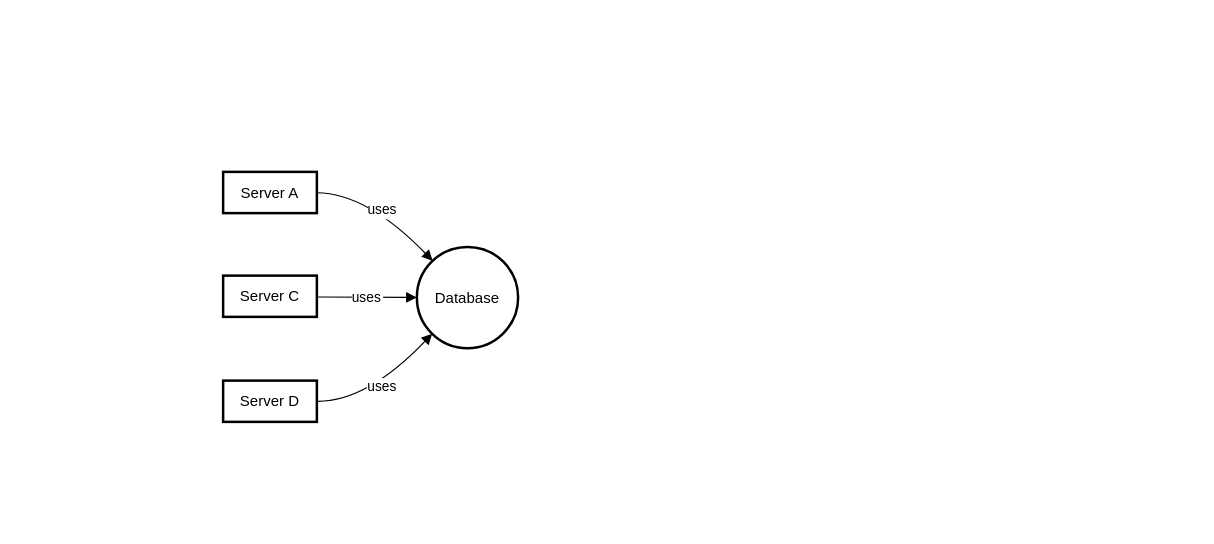
This is Untitled Diagram.drawio from ByMadiba/Sandbox, a draw.io file, before an edit. Source tidied: cells renumbered, new cells numbered last; positions are measured from the earlier drawing's top-left corner, leaving out a move shared by most shapes. Both pictures are drawn from the tidied source at 125%, with x=0, y=0 at pixel (222, 171).
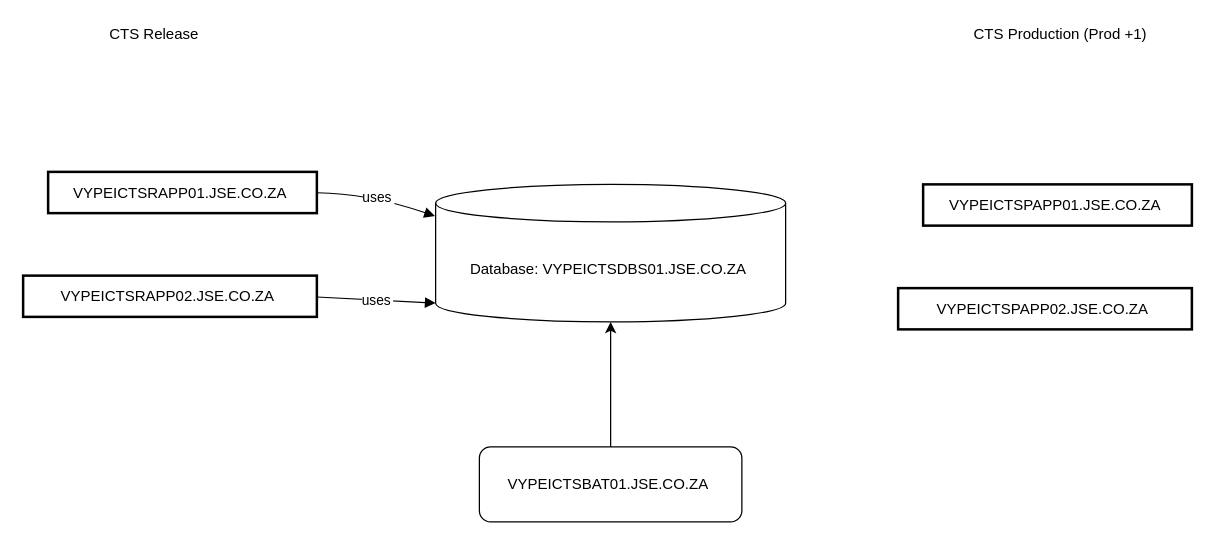
The same page after the edit.

What changed in the source:
```diff
@@
 <mxGraphModel>
   <root>
     <mxCell id="0" />
     <mxCell id="1" parent="0" />
-    <mxCell id="2" value="Server A" style="whiteSpace=wrap;strokeWidth=2;" parent="1" vertex="1">
-      <mxGeometry width="75" height="33" as="geometry" />
-    </mxCell>
-    <mxCell id="3" value="Database" style="ellipse;strokeWidth=2;whiteSpace=wrap;" parent="1" vertex="1">
-      <mxGeometry x="155" y="60" width="81" height="81" as="geometry" />
-    </mxCell>
-    <mxCell id="4" value="Server C" style="whiteSpace=wrap;strokeWidth=2;" parent="1" vertex="1">
-      <mxGeometry y="83" width="75" height="33" as="geometry" />
-    </mxCell>
-    <mxCell id="5" value="Server D" style="whiteSpace=wrap;strokeWidth=2;" parent="1" vertex="1">
-      <mxGeometry y="167" width="75" height="33" as="geometry" />
-    </mxCell>
-    <mxCell id="6" value="uses" style="curved=1;startArrow=none;endArrow=block;exitX=0.998812510172526;exitY=0.5060606291799834;entryX=0.023339336918424373;entryY=-0.0022569350254388505;" parent="1" edge="1" source="2" target="3">
+    <mxCell id="6" value="uses" style="curved=1;startArrow=none;endArrow=block;exitX=0.998812510172526;exitY=0.5060606291799834;entryX=-0.002;entryY=0.23;entryDx=0;entryDy=0;entryPerimeter=0;" parent="1" edge="1" source="2" target="9">
       <mxGeometry relative="1" as="geometry">
         <Array as="points">
           <mxPoint x="115" y="17" />
         </Array>
       </mxGeometry>
     </mxCell>
-    <mxCell id="7" value="uses" style="curved=1;startArrow=none;endArrow=block;exitX=0.9993645731608073;exitY=0.5181818875399503;entryX=0.0060185326470269095;entryY=0.4950617566520785;" parent="1" edge="1" source="4" target="3">
+    <mxCell id="7" value="uses" style="curved=1;startArrow=none;endArrow=block;exitX=0.9993645731608073;exitY=0.5181818875399503;entryX=0;entryY=1;entryDx=0;entryDy=-15;entryPerimeter=0;" parent="1" edge="1" source="4" target="9">
       <mxGeometry relative="1" as="geometry" />
     </mxCell>
-    <mxCell id="8" value="uses" style="curved=1;startArrow=none;endArrow=block;exitX=1.0008333333333332;exitY=0.5000001155968868;entryX=0.023339336918424373;entryY=0.9923804483295958;" parent="1" edge="1" source="5" target="3">
-      <mxGeometry relative="1" as="geometry">
-        <Array as="points">
-          <mxPoint x="115" y="184" />
-        </Array>
-      </mxGeometry>
-    </mxCell>
+    <mxCell id="9" value="Database: VYPEICTSDBS01.JSE.CO.ZA&amp;nbsp;" style="shape=cylinder3;whiteSpace=wrap;html=1;boundedLbl=1;backgroundOutline=1;size=15;" parent="1" vertex="1">
+      <mxGeometry x="170" y="10" width="280" height="110" as="geometry" />
+    </mxCell>
+    <mxCell id="10" style="edgeStyle=orthogonalEdgeStyle;rounded=0;jettySize=auto;html=1;entryX=0.5;entryY=1;entryDx=0;entryDy=0;entryPerimeter=0;" parent="1" edge="1" source="11" target="9">
+      <mxGeometry relative="1" as="geometry" />
+    </mxCell>
+    <mxCell id="11" value="VYPEICTSBAT01.JSE.CO.ZA&amp;nbsp;" style="rounded=1;whiteSpace=wrap;html=1;" parent="1" vertex="1">
+      <mxGeometry x="205" y="220" width="210" height="60" as="geometry" />
+    </mxCell>
+    <mxCell id="12" style="group;" parent="1" vertex="1">
+      <mxGeometry x="-160" width="235" height="116" as="geometry" />
+    </mxCell>
+    <mxCell id="2" value="VYPEICTSRAPP01.JSE.CO.ZA " style="whiteSpace=wrap;strokeWidth=2;" parent="12" vertex="1">
+      <mxGeometry x="20" width="215" height="33" as="geometry" />
+    </mxCell>
+    <mxCell id="4" value="VYPEICTSRAPP02.JSE.CO.ZA " style="whiteSpace=wrap;strokeWidth=2;" parent="12" vertex="1">
+      <mxGeometry y="83" width="235" height="33" as="geometry" />
+    </mxCell>
+    <mxCell id="13" value="CTS Release" style="text;html=1;strokeColor=none;fillColor=none;align=center;verticalAlign=middle;whiteSpace=wrap;rounded=0;" parent="1" vertex="1">
+      <mxGeometry x="-120" y="-120" width="130" height="20" as="geometry" />
+    </mxCell>
+    <mxCell id="14" value="CTS Production (Prod +1)" style="text;html=1;strokeColor=none;fillColor=none;align=center;verticalAlign=middle;whiteSpace=wrap;rounded=0;" parent="1" vertex="1">
+      <mxGeometry x="580" y="-120" width="180" height="20" as="geometry" />
+    </mxCell>
+    <mxCell id="15" style="group;" parent="1" vertex="1">
+      <mxGeometry x="540" y="10" width="235" height="116" as="geometry" />
+    </mxCell>
+    <mxCell id="16" value="VYPEICTSPAPP01.JSE.CO.ZA " style="whiteSpace=wrap;strokeWidth=2;" parent="15" vertex="1">
+      <mxGeometry x="20" width="215" height="33" as="geometry" />
+    </mxCell>
+    <mxCell id="17" value="VYPEICTSPAPP02.JSE.CO.ZA " style="whiteSpace=wrap;strokeWidth=2;" parent="15" vertex="1">
+      <mxGeometry y="83" width="235" height="33" as="geometry" />
+    </mxCell>
   </root>
 </mxGraphModel>
```
